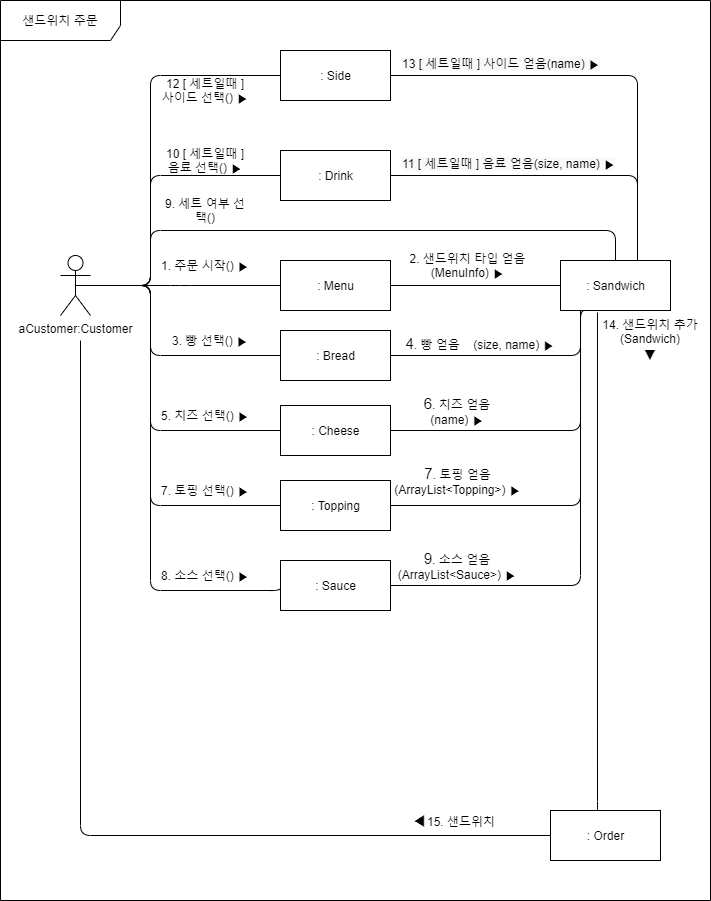
distroytest/KNUSD-20202-Team05 keeps this draw.io diagram as 상세명세서/Behavioral Model/communication diagram/select sandwich2.png. Above is the earlier version. Source tidied: cells renumbered, new cells last; positions are measured from the earlier drawing's top-left corner, leaving out a move shared by most shapes.
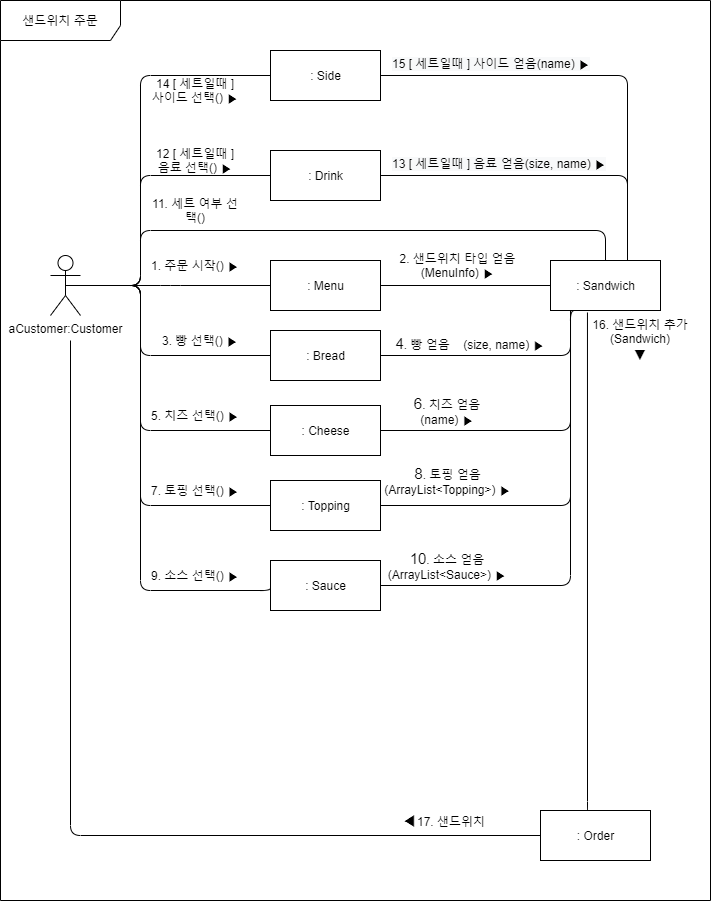
The same file after the commit.

Change to the diagram source:
```diff
@@ -27,14 +27,14 @@
     <mxCell id="8" value="&lt;span style=&quot;font-size: 15px ; background-color: rgb(255 , 255 , 255)&quot;&gt;6&lt;/span&gt;. 치즈 얻음(name)&amp;nbsp;▶" style="text;html=1;strokeColor=none;fillColor=none;align=center;verticalAlign=middle;whiteSpace=wrap;rounded=0;" parent="1" vertex="1">
       <mxGeometry x="407.2" y="400" width="100" height="20" as="geometry" />
     </mxCell>
-    <mxCell id="9" value="&lt;span style=&quot;font-size: 15px ; background-color: rgb(255 , 255 , 255)&quot;&gt;7&lt;/span&gt;. 토핑 얻음(ArrayList&amp;lt;Topping&amp;gt;) ▶" style="text;html=1;strokeColor=none;fillColor=none;align=center;verticalAlign=middle;whiteSpace=wrap;rounded=0;" parent="1" vertex="1">
+    <mxCell id="9" value="&lt;span style=&quot;font-size: 15px ; background-color: rgb(255 , 255 , 255)&quot;&gt;8&lt;/span&gt;. 토핑 얻음(ArrayList&amp;lt;Topping&amp;gt;) ▶" style="text;html=1;strokeColor=none;fillColor=none;align=center;verticalAlign=middle;whiteSpace=wrap;rounded=0;" parent="1" vertex="1">
       <mxGeometry x="391" y="470" width="132.5" height="20" as="geometry" />
     </mxCell>
-    <mxCell id="10" value="&lt;span style=&quot;font-size: 15px ; background-color: rgb(255 , 255 , 255)&quot;&gt;9&lt;/span&gt;. 소스 얻음(ArrayList&amp;lt;Sauce&amp;gt;)&amp;nbsp;▶" style="text;html=1;strokeColor=none;fillColor=none;align=center;verticalAlign=middle;whiteSpace=wrap;rounded=0;" parent="1" vertex="1">
+    <mxCell id="10" value="&lt;span style=&quot;font-size: 15px ; background-color: rgb(255 , 255 , 255)&quot;&gt;10&lt;/span&gt;. 소스 얻음(ArrayList&amp;lt;Sauce&amp;gt;)&amp;nbsp;▶" style="text;html=1;strokeColor=none;fillColor=none;align=center;verticalAlign=middle;whiteSpace=wrap;rounded=0;" parent="1" vertex="1">
       <mxGeometry x="407.2" y="555" width="100" height="20" as="geometry" />
     </mxCell>
     <mxCell id="11" value="샌드위치 주문" style="shape=umlFrame;whiteSpace=wrap;html=1;width=120;height=40;" parent="1" vertex="1">
-      <mxGeometry width="710" height="900" as="geometry" />
+      <mxGeometry x="10" width="710" height="900" as="geometry" />
     </mxCell>
     <mxCell id="12" value=": Sauce" style="html=1;" parent="1" vertex="1">
       <mxGeometry x="280" y="560" width="110" height="50" as="geometry" />
@@ -150,7 +150,7 @@
     <mxCell id="32" value="7. 토핑 선택() ▶" style="text;html=1;strokeColor=none;fillColor=none;align=center;verticalAlign=middle;whiteSpace=wrap;rounded=0;" parent="1" vertex="1">
       <mxGeometry x="160" y="480" width="90" height="20" as="geometry" />
     </mxCell>
-    <mxCell id="33" value="8. 소스 선택() ▶" style="text;html=1;strokeColor=none;fillColor=none;align=center;verticalAlign=middle;whiteSpace=wrap;rounded=0;" parent="1" vertex="1">
+    <mxCell id="33" value="9. 소스 선택() ▶" style="text;html=1;strokeColor=none;fillColor=none;align=center;verticalAlign=middle;whiteSpace=wrap;rounded=0;" parent="1" vertex="1">
       <mxGeometry x="160" y="565" width="90" height="20" as="geometry" />
     </mxCell>
     <mxCell id="34" style="endArrow=none;html=1;edgeStyle=orthogonalEdgeStyle;exitX=0.5;exitY=0.5;exitDx=0;exitDy=0;exitPerimeter=0;entryX=0.5;entryY=0;entryDx=0;entryDy=0;" parent="1" edge="1" source="2" target="6">
@@ -162,7 +162,7 @@
         </Array>
       </mxGeometry>
     </mxCell>
-    <mxCell id="35" value="9. 세트 여부 선택()" style="text;html=1;strokeColor=none;fillColor=none;align=center;verticalAlign=middle;whiteSpace=wrap;rounded=0;" parent="1" vertex="1">
+    <mxCell id="35" value="11. 세트 여부 선택()" style="text;html=1;strokeColor=none;fillColor=none;align=center;verticalAlign=middle;whiteSpace=wrap;rounded=0;" parent="1" vertex="1">
       <mxGeometry x="160" y="200" width="90" height="20" as="geometry" />
     </mxCell>
     <mxCell id="36" value=": Side" style="html=1;" parent="1" vertex="1">
@@ -187,10 +187,10 @@
         </Array>
       </mxGeometry>
     </mxCell>
-    <mxCell id="40" value="10 [ 세트일때 ] 음료 선택() ▶" style="text;html=1;strokeColor=none;fillColor=none;align=center;verticalAlign=middle;whiteSpace=wrap;rounded=0;" parent="1" vertex="1">
+    <mxCell id="40" value="12 [ 세트일때 ] 음료 선택() ▶" style="text;html=1;strokeColor=none;fillColor=none;align=center;verticalAlign=middle;whiteSpace=wrap;rounded=0;" parent="1" vertex="1">
       <mxGeometry x="160" y="150" width="90" height="20" as="geometry" />
     </mxCell>
-    <mxCell id="41" value="12 [ 세트일때 ] 사이드 선택() ▶" style="text;html=1;strokeColor=none;fillColor=none;align=center;verticalAlign=middle;whiteSpace=wrap;rounded=0;" parent="1" vertex="1">
+    <mxCell id="41" value="14 [ 세트일때 ] 사이드 선택() ▶" style="text;html=1;strokeColor=none;fillColor=none;align=center;verticalAlign=middle;whiteSpace=wrap;rounded=0;" parent="1" vertex="1">
       <mxGeometry x="160" y="80" width="90" height="20" as="geometry" />
     </mxCell>
     <mxCell id="42" style="endArrow=none;html=1;edgeStyle=orthogonalEdgeStyle;entryX=0.7;entryY=0;entryDx=0;entryDy=0;entryPerimeter=0;exitX=1;exitY=0.5;exitDx=0;exitDy=0;" parent="1" edge="1" source="36" target="6">
@@ -200,16 +200,16 @@
         </Array>
       </mxGeometry>
     </mxCell>
-    <mxCell id="43" value="&lt;span style=&quot;color: rgb(0 , 0 , 0) ; font-family: &amp;#34;helvetica&amp;#34; ; font-size: 12px ; font-style: normal ; font-weight: 400 ; letter-spacing: normal ; text-align: center ; text-indent: 0px ; text-transform: none ; word-spacing: 0px ; background-color: rgb(248 , 249 , 250) ; display: inline ; float: none&quot;&gt;11 [ 세트일때 ] 음료 얻음(size, name) ▶&lt;/span&gt;" style="text;whiteSpace=wrap;html=1;" parent="1" vertex="1">
+    <mxCell id="43" value="&lt;span style=&quot;color: rgb(0 , 0 , 0) ; font-family: &amp;#34;helvetica&amp;#34; ; font-size: 12px ; font-style: normal ; font-weight: 400 ; letter-spacing: normal ; text-align: center ; text-indent: 0px ; text-transform: none ; word-spacing: 0px ; background-color: rgb(248 , 249 , 250) ; display: inline ; float: none&quot;&gt;13 [ 세트일때 ] 음료 얻음(size, name) ▶&lt;/span&gt;" style="text;whiteSpace=wrap;html=1;" parent="1" vertex="1">
       <mxGeometry x="400" y="150" width="230" height="30" as="geometry" />
     </mxCell>
-    <mxCell id="44" value="&lt;span style=&quot;color: rgb(0 , 0 , 0) ; font-family: &amp;#34;helvetica&amp;#34; ; font-size: 12px ; font-style: normal ; font-weight: 400 ; letter-spacing: normal ; text-align: center ; text-indent: 0px ; text-transform: none ; word-spacing: 0px ; background-color: rgb(248 , 249 , 250) ; display: inline ; float: none&quot;&gt;13 [ 세트일때 ] 사이드 얻음(name) ▶&lt;/span&gt;" style="text;whiteSpace=wrap;html=1;" parent="1" vertex="1">
+    <mxCell id="44" value="&lt;span style=&quot;color: rgb(0 , 0 , 0) ; font-family: &amp;#34;helvetica&amp;#34; ; font-size: 12px ; font-style: normal ; font-weight: 400 ; letter-spacing: normal ; text-align: center ; text-indent: 0px ; text-transform: none ; word-spacing: 0px ; background-color: rgb(248 , 249 , 250) ; display: inline ; float: none&quot;&gt;15 [ 세트일때 ] 사이드 얻음(name) ▶&lt;/span&gt;" style="text;whiteSpace=wrap;html=1;" parent="1" vertex="1">
       <mxGeometry x="400" y="50" width="212.8" height="30" as="geometry" />
     </mxCell>
-    <mxCell id="45" value="14. 샌드위치 추가(Sandwich)&lt;br&gt;&lt;span style=&quot;font-family: , sans-serif ; font-size: 15px ; background-color: rgb(255 , 255 , 255)&quot;&gt;▼&lt;/span&gt;" style="text;html=1;strokeColor=none;fillColor=none;align=center;verticalAlign=middle;whiteSpace=wrap;rounded=0;" parent="1" vertex="1">
+    <mxCell id="45" value="16. 샌드위치 추가(Sandwich)&lt;br&gt;&lt;span style=&quot;font-family: , sans-serif ; font-size: 15px ; background-color: rgb(255 , 255 , 255)&quot;&gt;▼&lt;/span&gt;" style="text;html=1;strokeColor=none;fillColor=none;align=center;verticalAlign=middle;whiteSpace=wrap;rounded=0;" parent="1" vertex="1">
       <mxGeometry x="600" y="330" width="100" height="20" as="geometry" />
     </mxCell>
-    <mxCell id="46" value="&lt;span style=&quot;font-family: , sans-serif ; font-size: 15px ; background-color: rgb(255 , 255 , 255)&quot;&gt;◀&lt;/span&gt;15. 샌드위치" style="text;html=1;strokeColor=none;fillColor=none;align=center;verticalAlign=middle;whiteSpace=wrap;rounded=0;" parent="1" vertex="1">
+    <mxCell id="46" value="&lt;span style=&quot;font-family: , sans-serif ; font-size: 15px ; background-color: rgb(255 , 255 , 255)&quot;&gt;◀&lt;/span&gt;17. 샌드위치" style="text;html=1;strokeColor=none;fillColor=none;align=center;verticalAlign=middle;whiteSpace=wrap;rounded=0;" parent="1" vertex="1">
       <mxGeometry x="407" y="810" width="93" height="20" as="geometry" />
     </mxCell>
   </root>
```
